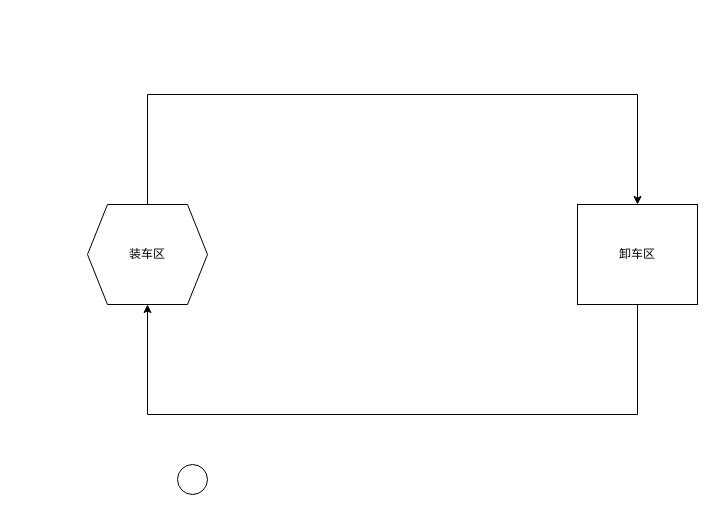
Before: 未命名绘图.drawio in herojAsName/image-warehouse, a draw.io diagram. Source tidied: cells renumbered, new cells numbered last; positions are measured from the earlier drawing's top-left corner, leaving out a move shared by most shapes. Both pictures are drawn from the tidied source at 100%, with x=0, y=0 at pixel (87, 94).
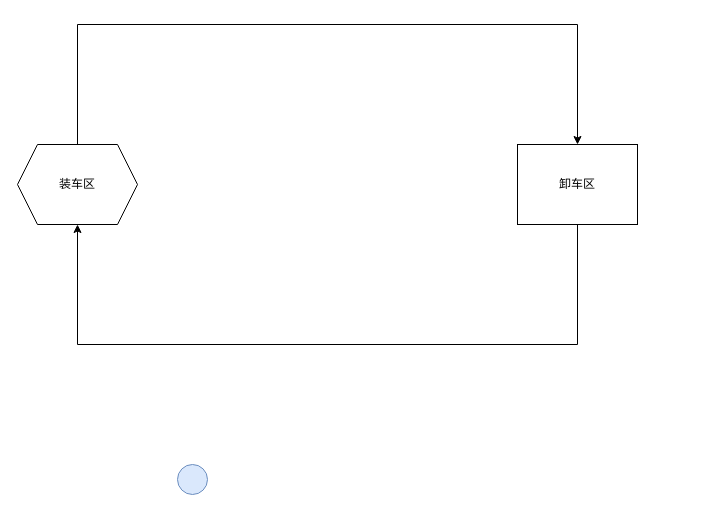
The same diagram, later.

Commit message (it also covers changes not shown here):
调度算法测试场景分析.drawio

Change to the diagram source:
```diff
@@
 <mxGraphModel>
   <root>
     <mxCell id="0" />
     <mxCell id="1" parent="0" />
-    <mxCell id="2" style="group;" parent="1" vertex="1">
-      <mxGeometry width="610" height="320" as="geometry" />
-    </mxCell>
+    <mxCell id="7" style="ellipse;whiteSpace=wrap;html=1;fillColor=#dae8fc;strokeColor=#6c8ebf;" parent="1" vertex="1">
+      <mxGeometry x="90" y="370" width="30" height="30" as="geometry" />
+    </mxCell>
-    <mxCell id="3" style="edgeStyle=orthogonalEdgeStyle;rounded=0;jettySize=auto;html=1;exitX=0.5;exitY=0;exitDx=0;exitDy=0;entryX=0.5;entryY=0;entryDx=0;entryDy=0;" parent="2" edge="1" source="4" target="6">
+    <mxCell id="3" style="edgeStyle=orthogonalEdgeStyle;rounded=0;jettySize=auto;html=1;exitX=0.5;exitY=0;exitDx=0;exitDy=0;entryX=0.5;entryY=0;entryDx=0;entryDy=0;" parent="1" edge="1" source="4" target="6">
       <mxGeometry relative="1" as="geometry">
         <Array as="points">
-          <mxPoint x="60" />
-          <mxPoint x="550" />
+          <mxPoint x="-10" y="-70" />
+          <mxPoint x="490" y="-70" />
         </Array>
       </mxGeometry>
     </mxCell>
-    <mxCell id="4" value="装车区" style="shape=hexagon;perimeter=hexagonPerimeter2;whiteSpace=wrap;html=1;fixedSize=1;" parent="2" vertex="1">
-      <mxGeometry y="110" width="120" height="100" as="geometry" />
+    <mxCell id="4" value="装车区" style="shape=hexagon;perimeter=hexagonPerimeter2;whiteSpace=wrap;html=1;fixedSize=1;" parent="1" vertex="1">
+      <mxGeometry x="-70" y="50" width="120" height="80" as="geometry" />
     </mxCell>
-    <mxCell id="5" style="edgeStyle=orthogonalEdgeStyle;rounded=0;jettySize=auto;html=1;exitX=0.5;exitY=1;exitDx=0;exitDy=0;entryX=0.5;entryY=1;entryDx=0;entryDy=0;" parent="2" edge="1" source="6" target="4">
+    <mxCell id="5" style="edgeStyle=orthogonalEdgeStyle;rounded=0;jettySize=auto;html=1;exitX=0.5;exitY=1;exitDx=0;exitDy=0;entryX=0.5;entryY=1;entryDx=0;entryDy=0;" parent="1" edge="1" source="6" target="4">
       <mxGeometry relative="1" as="geometry">
         <Array as="points">
-          <mxPoint x="550" y="320" />
-          <mxPoint x="60" y="320" />
+          <mxPoint x="490" y="250" />
+          <mxPoint x="-10" y="250" />
         </Array>
       </mxGeometry>
     </mxCell>
-    <mxCell id="6" value="卸车区" style="rounded=0;whiteSpace=wrap;html=1;" parent="2" vertex="1">
-      <mxGeometry x="490" y="110" width="120" height="100" as="geometry" />
+    <mxCell id="6" value="卸车区" style="rounded=0;whiteSpace=wrap;html=1;" parent="1" vertex="1">
+      <mxGeometry x="430" y="50" width="120" height="80" as="geometry" />
     </mxCell>
-    <mxCell id="7" style="ellipse;whiteSpace=wrap;html=1;" parent="1" vertex="1">
-      <mxGeometry x="90" y="370" width="30" height="30" as="geometry" />
-    </mxCell>
   </root>
 </mxGraphModel>
```
